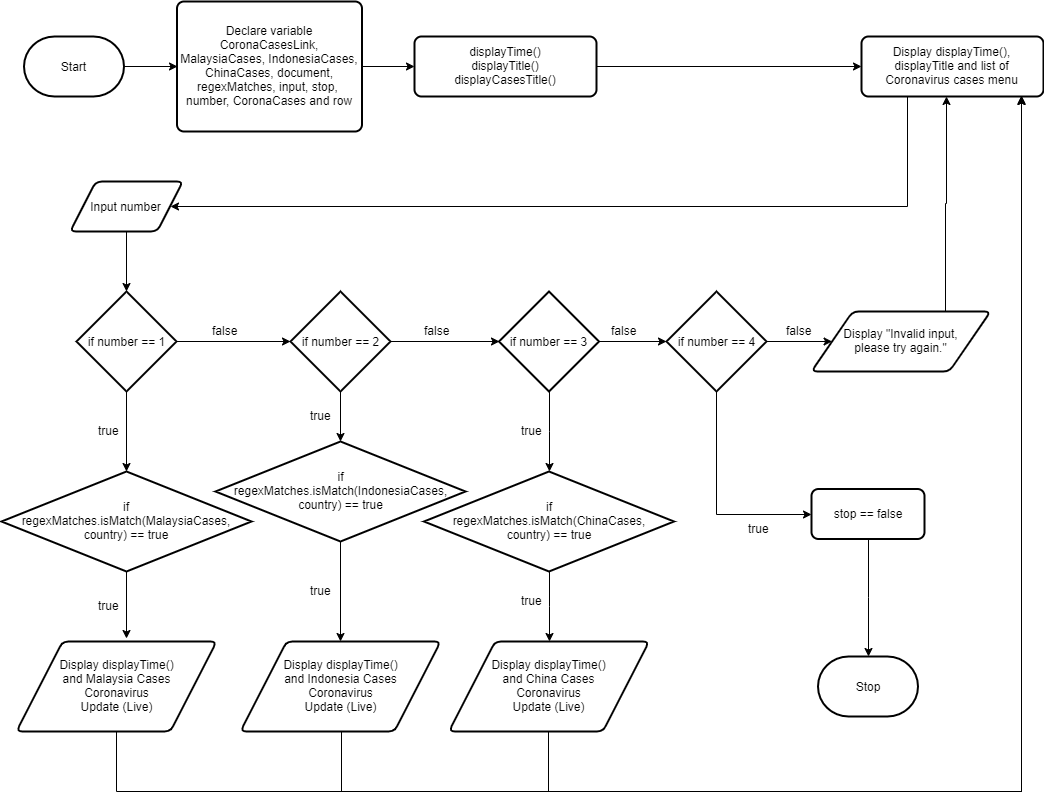
Earlier version of the draw.io export images/FlowDiagram_ListCoronaCases.png (LimWenLiang/Assignment-2). Source tidied: cells renumbered, new cells last; positions are measured from the earlier drawing's top-left corner, leaving out a move shared by most shapes. The source it was exported from:
```xml
<mxGraphModel>
  <root>
    <mxCell id="0" />
    <mxCell id="1" parent="0" />
    <mxCell id="2" style="edgeStyle=orthogonalEdgeStyle;rounded=0;jettySize=auto;html=1;entryX=0;entryY=0.5;entryDx=0;entryDy=0;" parent="1" edge="1" source="3" target="5">
      <mxGeometry relative="1" as="geometry" />
    </mxCell>
    <mxCell id="3" value="Start" style="strokeWidth=2;html=1;shape=mxgraph.flowchart.terminator;whiteSpace=wrap;" parent="1" vertex="1">
      <mxGeometry x="22.5" y="35" width="100" height="60" as="geometry" />
    </mxCell>
    <mxCell id="4" style="edgeStyle=orthogonalEdgeStyle;rounded=0;jettySize=auto;html=1;entryX=0;entryY=0.5;entryDx=0;entryDy=0;" parent="1" edge="1" source="5" target="7">
      <mxGeometry relative="1" as="geometry" />
    </mxCell>
    <mxCell id="5" value="Declare variable CoronaCasesLink, MalaysiaCases, IndonesiaCases, ChinaCases, document, regexMatches, input, stop,&amp;nbsp; number, CoronaCases and row" style="rounded=1;whiteSpace=wrap;html=1;absoluteArcSize=1;arcSize=14;strokeWidth=2;" parent="1" vertex="1">
      <mxGeometry x="175.5" width="185" height="130" as="geometry" />
    </mxCell>
    <mxCell id="6" style="edgeStyle=orthogonalEdgeStyle;rounded=0;jettySize=auto;html=1;entryX=0;entryY=0.5;entryDx=0;entryDy=0;" parent="1" edge="1" source="7" target="9">
      <mxGeometry relative="1" as="geometry" />
    </mxCell>
    <mxCell id="7" value="displayTime()&lt;br&gt;displayTitle()&lt;br&gt;displayCasesTitle()" style="rounded=1;whiteSpace=wrap;html=1;absoluteArcSize=1;arcSize=14;strokeWidth=2;" parent="1" vertex="1">
      <mxGeometry x="413" y="35" width="182" height="60" as="geometry" />
    </mxCell>
    <mxCell id="8" style="edgeStyle=orthogonalEdgeStyle;rounded=0;jettySize=auto;html=1;entryX=1;entryY=0.5;entryDx=0;entryDy=0;exitX=0.25;exitY=1;exitDx=0;exitDy=0;" parent="1" edge="1" source="9" target="11">
      <mxGeometry relative="1" as="geometry">
        <Array as="points">
          <mxPoint x="906" y="205" />
        </Array>
      </mxGeometry>
    </mxCell>
    <mxCell id="9" value="Display displayTime(), displayTitle and list of Coronavirus cases menu" style="rounded=1;whiteSpace=wrap;html=1;absoluteArcSize=1;arcSize=14;strokeWidth=2;" parent="1" vertex="1">
      <mxGeometry x="860" y="35" width="182" height="60" as="geometry" />
    </mxCell>
    <mxCell id="10" style="edgeStyle=orthogonalEdgeStyle;rounded=0;jettySize=auto;html=1;entryX=0.5;entryY=0;entryDx=0;entryDy=0;entryPerimeter=0;" parent="1" edge="1" source="11" target="14">
      <mxGeometry relative="1" as="geometry" />
    </mxCell>
    <mxCell id="11" value="Input number" style="shape=parallelogram;html=1;strokeWidth=2;perimeter=parallelogramPerimeter;whiteSpace=wrap;rounded=1;arcSize=12;size=0.23;" parent="1" vertex="1">
      <mxGeometry x="68.5" y="180" width="113" height="50" as="geometry" />
    </mxCell>
    <mxCell id="12" style="edgeStyle=orthogonalEdgeStyle;rounded=0;jettySize=auto;html=1;entryX=0;entryY=0.5;entryDx=0;entryDy=0;entryPerimeter=0;" parent="1" edge="1" source="14" target="17">
      <mxGeometry relative="1" as="geometry" />
    </mxCell>
    <mxCell id="13" style="edgeStyle=orthogonalEdgeStyle;rounded=0;jettySize=auto;html=1;exitX=0.5;exitY=1;exitDx=0;exitDy=0;exitPerimeter=0;" parent="1" edge="1" source="14" target="28">
      <mxGeometry relative="1" as="geometry" />
    </mxCell>
    <mxCell id="14" value="if number == 1" style="strokeWidth=2;html=1;shape=mxgraph.flowchart.decision;whiteSpace=wrap;" parent="1" vertex="1">
      <mxGeometry x="75" y="290" width="100" height="100" as="geometry" />
    </mxCell>
    <mxCell id="15" style="edgeStyle=orthogonalEdgeStyle;rounded=0;jettySize=auto;html=1;entryX=0;entryY=0.5;entryDx=0;entryDy=0;entryPerimeter=0;" parent="1" edge="1" source="17" target="20">
      <mxGeometry relative="1" as="geometry" />
    </mxCell>
    <mxCell id="16" style="edgeStyle=orthogonalEdgeStyle;rounded=0;jettySize=auto;html=1;entryX=0.5;entryY=0;entryDx=0;entryDy=0;entryPerimeter=0;" parent="1" edge="1" source="17" target="31">
      <mxGeometry relative="1" as="geometry" />
    </mxCell>
    <mxCell id="17" value="&lt;span style=&quot;white-space: normal&quot;&gt;if number == 2&lt;/span&gt;" style="strokeWidth=2;html=1;shape=mxgraph.flowchart.decision;whiteSpace=wrap;" parent="1" vertex="1">
      <mxGeometry x="289" y="290" width="100" height="100" as="geometry" />
    </mxCell>
    <mxCell id="18" style="edgeStyle=orthogonalEdgeStyle;rounded=0;jettySize=auto;html=1;" parent="1" edge="1" source="20" target="23">
      <mxGeometry relative="1" as="geometry" />
    </mxCell>
    <mxCell id="19" style="edgeStyle=orthogonalEdgeStyle;rounded=0;jettySize=auto;html=1;entryX=0.5;entryY=0;entryDx=0;entryDy=0;entryPerimeter=0;" parent="1" edge="1" source="20" target="33">
      <mxGeometry relative="1" as="geometry" />
    </mxCell>
    <mxCell id="20" value="&lt;span style=&quot;white-space: normal&quot;&gt;if number == 3&lt;/span&gt;" style="strokeWidth=2;html=1;shape=mxgraph.flowchart.decision;whiteSpace=wrap;" parent="1" vertex="1">
      <mxGeometry x="497.5" y="290" width="100" height="100" as="geometry" />
    </mxCell>
    <mxCell id="21" style="edgeStyle=orthogonalEdgeStyle;rounded=0;jettySize=auto;html=1;" parent="1" edge="1" source="23" target="49">
      <mxGeometry relative="1" as="geometry" />
    </mxCell>
    <mxCell id="22" style="edgeStyle=orthogonalEdgeStyle;rounded=0;jettySize=auto;html=1;entryX=0;entryY=0.5;entryDx=0;entryDy=0;" parent="1" edge="1" source="23" target="47">
      <mxGeometry relative="1" as="geometry">
        <Array as="points">
          <mxPoint x="715" y="513" />
        </Array>
      </mxGeometry>
    </mxCell>
    <mxCell id="23" value="&lt;span style=&quot;white-space: normal&quot;&gt;if number == 4&lt;/span&gt;" style="strokeWidth=2;html=1;shape=mxgraph.flowchart.decision;whiteSpace=wrap;" parent="1" vertex="1">
      <mxGeometry x="665" y="290" width="100" height="100" as="geometry" />
    </mxCell>
    <mxCell id="24" value="false" style="text;html=1;align=left;verticalAlign=top;spacingTop=-4;" parent="1" vertex="1">
      <mxGeometry x="209" y="320" width="40" height="20" as="geometry" />
    </mxCell>
    <mxCell id="25" value="false" style="text;html=1;align=left;verticalAlign=top;spacingTop=-4;" parent="1" vertex="1">
      <mxGeometry x="420.5" y="320" width="40" height="20" as="geometry" />
    </mxCell>
    <mxCell id="26" value="false" style="text;html=1;align=left;verticalAlign=top;spacingTop=-4;" parent="1" vertex="1">
      <mxGeometry x="607.5" y="320" width="40" height="20" as="geometry" />
    </mxCell>
    <mxCell id="27" style="edgeStyle=orthogonalEdgeStyle;rounded=0;jettySize=auto;html=1;entryX=0.552;entryY=-0.03;entryDx=0;entryDy=0;entryPerimeter=0;" parent="1" edge="1" source="28" target="37">
      <mxGeometry relative="1" as="geometry" />
    </mxCell>
    <mxCell id="28" value="if&lt;br&gt;regexMatches.isMatch(MalaysiaCases,&lt;br&gt;country) == true" style="strokeWidth=2;html=1;shape=mxgraph.flowchart.decision;whiteSpace=wrap;" parent="1" vertex="1">
      <mxGeometry y="470" width="250" height="100" as="geometry" />
    </mxCell>
    <mxCell id="29" value="true" style="text;html=1;align=left;verticalAlign=top;spacingTop=-4;" parent="1" vertex="1">
      <mxGeometry x="95" y="420" width="40" height="20" as="geometry" />
    </mxCell>
    <mxCell id="30" style="edgeStyle=orthogonalEdgeStyle;rounded=0;jettySize=auto;html=1;entryX=0.5;entryY=0;entryDx=0;entryDy=0;" parent="1" edge="1" source="31" target="40">
      <mxGeometry relative="1" as="geometry" />
    </mxCell>
    <mxCell id="31" value="if&lt;br&gt;regexMatches.isMatch(IndonesiaCases,&lt;br&gt;country) == true" style="strokeWidth=2;html=1;shape=mxgraph.flowchart.decision;whiteSpace=wrap;" parent="1" vertex="1">
      <mxGeometry x="214" y="440" width="250" height="100" as="geometry" />
    </mxCell>
    <mxCell id="32" style="edgeStyle=orthogonalEdgeStyle;rounded=0;jettySize=auto;html=1;entryX=0.5;entryY=0;entryDx=0;entryDy=0;" parent="1" edge="1" source="33" target="42">
      <mxGeometry relative="1" as="geometry" />
    </mxCell>
    <mxCell id="33" value="if&lt;br&gt;regexMatches.isMatch(ChinaCases,&lt;br&gt;country) == true" style="strokeWidth=2;html=1;shape=mxgraph.flowchart.decision;whiteSpace=wrap;" parent="1" vertex="1">
      <mxGeometry x="422.5" y="470" width="250" height="100" as="geometry" />
    </mxCell>
    <mxCell id="34" value="true" style="text;html=1;align=left;verticalAlign=top;spacingTop=-4;" parent="1" vertex="1">
      <mxGeometry x="306.5" y="405" width="40" height="20" as="geometry" />
    </mxCell>
    <mxCell id="35" value="true" style="text;html=1;align=left;verticalAlign=top;spacingTop=-4;" parent="1" vertex="1">
      <mxGeometry x="518" y="420" width="40" height="20" as="geometry" />
    </mxCell>
    <mxCell id="36" style="edgeStyle=orthogonalEdgeStyle;rounded=0;jettySize=auto;html=1;" parent="1" edge="1" source="37">
      <mxGeometry relative="1" as="geometry">
        <mxPoint x="1020" y="95" as="targetPoint" />
        <Array as="points">
          <mxPoint x="115" y="790" />
          <mxPoint x="1020" y="790" />
          <mxPoint x="1020" y="95" />
        </Array>
      </mxGeometry>
    </mxCell>
    <mxCell id="37" value="Display displayTime()&lt;br&gt;and Malaysia Cases&lt;br&gt;Coronavirus&lt;br&gt;Update (Live)" style="shape=parallelogram;html=1;strokeWidth=2;perimeter=parallelogramPerimeter;whiteSpace=wrap;rounded=1;arcSize=12;size=0.23;" parent="1" vertex="1">
      <mxGeometry x="15" y="640" width="200" height="90" as="geometry" />
    </mxCell>
    <mxCell id="38" value="true" style="text;html=1;align=left;verticalAlign=top;spacingTop=-4;" parent="1" vertex="1">
      <mxGeometry x="95" y="595" width="40" height="20" as="geometry" />
    </mxCell>
    <mxCell id="39" style="edgeStyle=orthogonalEdgeStyle;rounded=0;jettySize=auto;html=1;" parent="1" edge="1" source="40">
      <mxGeometry relative="1" as="geometry">
        <mxPoint x="1020" y="95" as="targetPoint" />
        <Array as="points">
          <mxPoint x="340" y="790" />
          <mxPoint x="1020" y="790" />
          <mxPoint x="1020" y="95" />
        </Array>
      </mxGeometry>
    </mxCell>
    <mxCell id="40" value="Display displayTime()&lt;br&gt;and Indonesia Cases&lt;br&gt;Coronavirus&lt;br&gt;Update (Live)" style="shape=parallelogram;html=1;strokeWidth=2;perimeter=parallelogramPerimeter;whiteSpace=wrap;rounded=1;arcSize=12;size=0.23;" parent="1" vertex="1">
      <mxGeometry x="239" y="640" width="200" height="90" as="geometry" />
    </mxCell>
    <mxCell id="41" style="edgeStyle=orthogonalEdgeStyle;rounded=0;jettySize=auto;html=1;" parent="1" edge="1" source="42">
      <mxGeometry relative="1" as="geometry">
        <mxPoint x="1020" y="94" as="targetPoint" />
        <Array as="points">
          <mxPoint x="547" y="790" />
          <mxPoint x="1020" y="790" />
          <mxPoint x="1020" y="94" />
        </Array>
      </mxGeometry>
    </mxCell>
    <mxCell id="42" value="Display displayTime()&lt;br&gt;and China Cases&lt;br&gt;Coronavirus&lt;br&gt;Update (Live)" style="shape=parallelogram;html=1;strokeWidth=2;perimeter=parallelogramPerimeter;whiteSpace=wrap;rounded=1;arcSize=12;size=0.23;" parent="1" vertex="1">
      <mxGeometry x="447.5" y="640" width="200" height="90" as="geometry" />
    </mxCell>
    <mxCell id="43" value="true" style="text;html=1;align=left;verticalAlign=top;spacingTop=-4;" parent="1" vertex="1">
      <mxGeometry x="306.5" y="580" width="40" height="20" as="geometry" />
    </mxCell>
    <mxCell id="44" value="true" style="text;html=1;align=left;verticalAlign=top;spacingTop=-4;" parent="1" vertex="1">
      <mxGeometry x="518" y="590" width="40" height="20" as="geometry" />
    </mxCell>
    <mxCell id="45" value="true" style="text;html=1;align=left;verticalAlign=top;spacingTop=-4;" parent="1" vertex="1">
      <mxGeometry x="745" y="517.5" width="40" height="20" as="geometry" />
    </mxCell>
    <mxCell id="46" style="edgeStyle=orthogonalEdgeStyle;rounded=0;jettySize=auto;html=1;entryX=0.5;entryY=0;entryDx=0;entryDy=0;entryPerimeter=0;" parent="1" edge="1" source="47" target="50">
      <mxGeometry relative="1" as="geometry" />
    </mxCell>
    <mxCell id="47" value="stop == false" style="rounded=1;whiteSpace=wrap;html=1;absoluteArcSize=1;arcSize=14;strokeWidth=2;" parent="1" vertex="1">
      <mxGeometry x="810" y="487.5" width="113" height="50" as="geometry" />
    </mxCell>
    <mxCell id="48" style="edgeStyle=orthogonalEdgeStyle;rounded=0;jettySize=auto;html=1;entryX=0.467;entryY=1.003;entryDx=0;entryDy=0;entryPerimeter=0;exitX=0.75;exitY=0;exitDx=0;exitDy=0;" parent="1" edge="1" source="49" target="9">
      <mxGeometry relative="1" as="geometry">
        <Array as="points">
          <mxPoint x="944" y="202" />
        </Array>
      </mxGeometry>
    </mxCell>
    <mxCell id="49" value="Display &quot;Invalid input,&lt;br&gt;please try again.&quot;" style="shape=parallelogram;html=1;strokeWidth=2;perimeter=parallelogramPerimeter;whiteSpace=wrap;rounded=1;arcSize=12;size=0.23;" parent="1" vertex="1">
      <mxGeometry x="810" y="310" width="179" height="60" as="geometry" />
    </mxCell>
    <mxCell id="50" value="Stop" style="strokeWidth=2;html=1;shape=mxgraph.flowchart.terminator;whiteSpace=wrap;" parent="1" vertex="1">
      <mxGeometry x="816.5" y="655" width="100" height="60" as="geometry" />
    </mxCell>
    <mxCell id="51" value="false" style="text;html=1;align=left;verticalAlign=top;spacingTop=-4;" parent="1" vertex="1">
      <mxGeometry x="782.5" y="320" width="40" height="20" as="geometry" />
    </mxCell>
  </root>
</mxGraphModel>
```
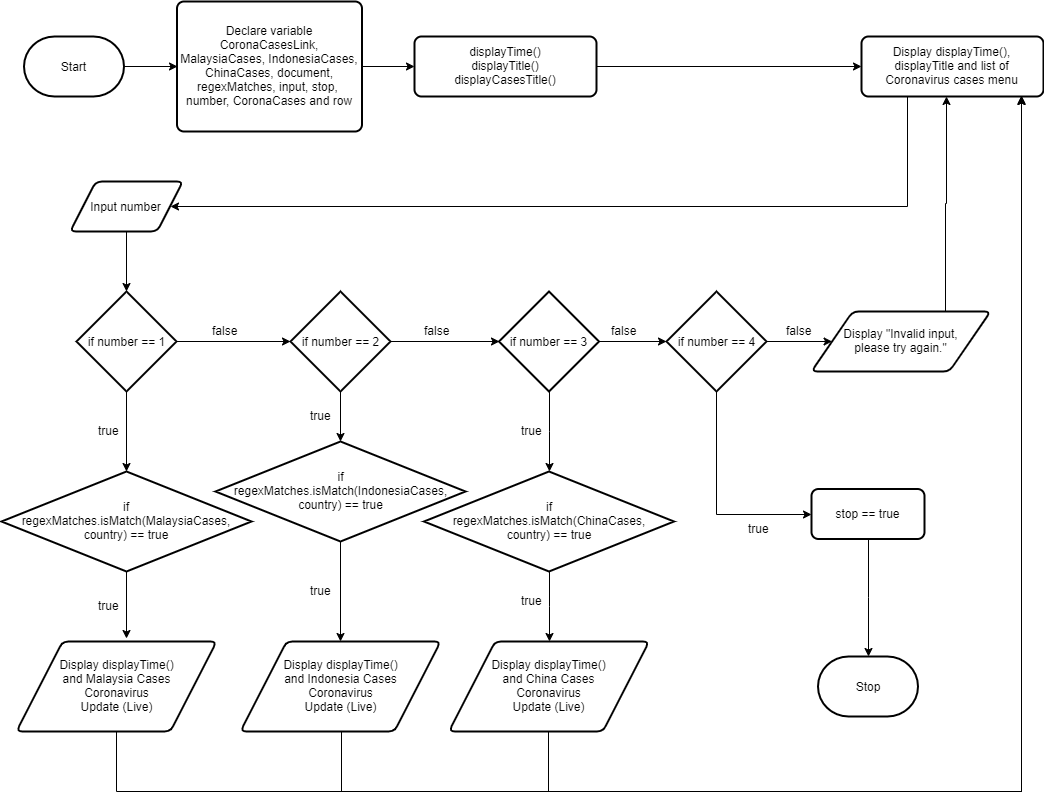
The same file after the commit.

Diff of the diagram source:
```diff
@@ -166,7 +166,7 @@
     <mxCell id="46" style="edgeStyle=orthogonalEdgeStyle;rounded=0;jettySize=auto;html=1;entryX=0.5;entryY=0;entryDx=0;entryDy=0;entryPerimeter=0;" parent="1" edge="1" source="47" target="50">
       <mxGeometry relative="1" as="geometry" />
     </mxCell>
-    <mxCell id="47" value="stop == false" style="rounded=1;whiteSpace=wrap;html=1;absoluteArcSize=1;arcSize=14;strokeWidth=2;" parent="1" vertex="1">
+    <mxCell id="47" value="stop == true" style="rounded=1;whiteSpace=wrap;html=1;absoluteArcSize=1;arcSize=14;strokeWidth=2;" parent="1" vertex="1">
       <mxGeometry x="810" y="487.5" width="113" height="50" as="geometry" />
     </mxCell>
     <mxCell id="48" style="edgeStyle=orthogonalEdgeStyle;rounded=0;jettySize=auto;html=1;entryX=0.467;entryY=1.003;entryDx=0;entryDy=0;entryPerimeter=0;exitX=0.75;exitY=0;exitDx=0;exitDy=0;" parent="1" edge="1" source="49" target="9">
```
